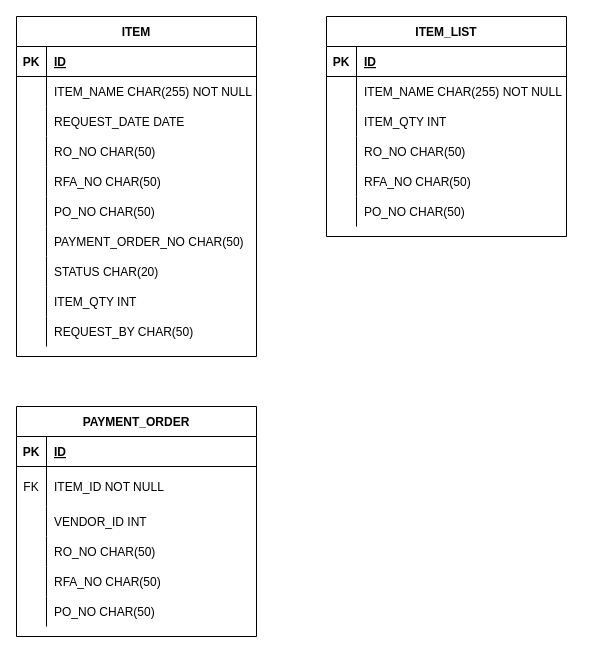
The draw.io diagram Glovis-DB-Design.drawio in johanjah/rfa-db-design, before the edit. Source tidied: cells renumbered, new cells numbered last; positions are measured from the earlier drawing's top-left corner, leaving out a move shared by most shapes. Both pictures are drawn from the tidied source at 100%, with x=0, y=0 at pixel (16, 16).
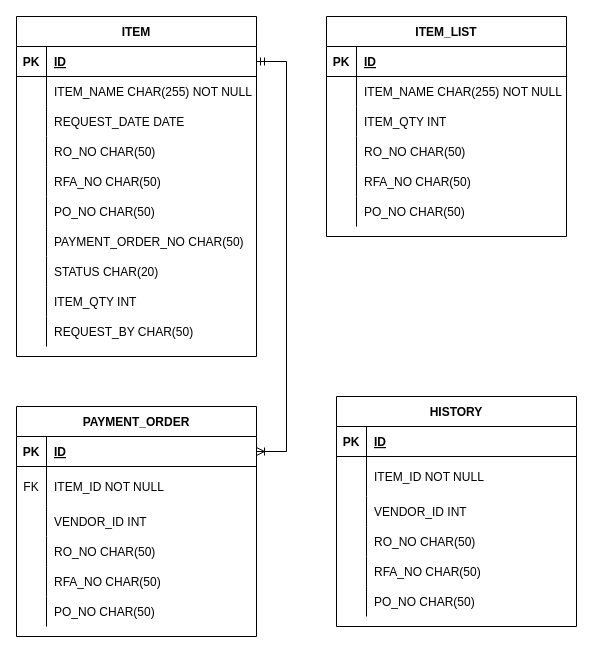
The same diagram, later.

Unchanged cells that the change refers to:
```xml
<mxCell id="3" style="shape=tableRow;horizontal=0;startSize=0;swimlaneHead=0;swimlaneBody=0;fillColor=none;points=[[0,0.5],[1,0.5]];portConstraint=eastwest;top=0;left=0;right=0;bottom=1;" parent="2" vertex="1">
  <mxGeometry y="30" width="240" height="30" as="geometry" />
</mxCell>
<mxCell id="53" style="shape=tableRow;horizontal=0;startSize=0;swimlaneHead=0;swimlaneBody=0;fillColor=none;points=[[0,0.5],[1,0.5]];portConstraint=eastwest;top=0;left=0;right=0;bottom=1;" parent="52" vertex="1">
  <mxGeometry y="30" width="240" height="30" as="geometry" />
</mxCell>
```

The edit, as a diff of the source:
```diff
@@
+    <mxCell id="71" value="HISTORY" style="shape=table;startSize=30;childLayout=tableLayout;rowLines=0;fontStyle=1;align=center;" parent="1" vertex="1">
+      <mxGeometry x="320" y="380" width="240" height="230" as="geometry" />
+    </mxCell>
+    <mxCell id="72" style="shape=tableRow;horizontal=0;startSize=0;swimlaneHead=0;swimlaneBody=0;fillColor=none;top=0;left=0;right=0;bottom=1;" parent="71" vertex="1">
+      <mxGeometry y="30" width="240" height="30" as="geometry" />
+    </mxCell>
+    <mxCell id="73" value="PK" style="shape=partialRectangle;fillColor=none;top=0;left=0;bottom=0;right=0;fontStyle=1;overflow=hidden;" parent="72" vertex="1">
+      <mxGeometry width="30" height="30" as="geometry" />
+    </mxCell>
+    <mxCell id="74" value="ID" style="shape=partialRectangle;fillColor=none;top=0;left=0;bottom=0;right=0;align=left;spacingLeft=6;fontStyle=5;overflow=hidden;" parent="72" vertex="1">
+      <mxGeometry x="30" width="210" height="30" as="geometry" />
+    </mxCell>
+    <mxCell id="75" style="shape=tableRow;horizontal=0;startSize=0;swimlaneHead=0;swimlaneBody=0;fillColor=none;top=0;left=0;right=0;bottom=0;" parent="71" vertex="1">
+      <mxGeometry y="60" width="240" height="40" as="geometry" />
+    </mxCell>
+    <mxCell id="76" style="shape=partialRectangle;fillColor=none;top=0;left=0;bottom=0;right=0;overflow=hidden;" parent="75" vertex="1">
+      <mxGeometry width="30" height="40" as="geometry" />
+    </mxCell>
+    <mxCell id="77" value="ITEM_ID NOT NULL" style="shape=partialRectangle;fillColor=none;top=0;left=0;bottom=0;right=0;align=left;spacingLeft=6;overflow=hidden;" parent="75" vertex="1">
+      <mxGeometry x="30" width="210" height="40" as="geometry" />
+    </mxCell>
+    <mxCell id="78" style="shape=tableRow;horizontal=0;startSize=0;swimlaneHead=0;swimlaneBody=0;fillColor=none;top=0;left=0;right=0;bottom=0;" parent="71" vertex="1">
+      <mxGeometry y="100" width="240" height="30" as="geometry" />
+    </mxCell>
+    <mxCell id="79" style="shape=partialRectangle;fillColor=none;top=0;left=0;bottom=0;right=0;overflow=hidden;" parent="78" vertex="1">
+      <mxGeometry width="30" height="30" as="geometry" />
+    </mxCell>
+    <mxCell id="80" value="VENDOR_ID INT" style="shape=partialRectangle;fillColor=none;top=0;left=0;bottom=0;right=0;align=left;spacingLeft=6;overflow=hidden;" parent="78" vertex="1">
+      <mxGeometry x="30" width="210" height="30" as="geometry" />
+    </mxCell>
+    <mxCell id="81" style="shape=tableRow;horizontal=0;startSize=0;swimlaneHead=0;swimlaneBody=0;fillColor=none;top=0;left=0;right=0;bottom=0;" parent="71" vertex="1">
+      <mxGeometry y="130" width="240" height="30" as="geometry" />
+    </mxCell>
+    <mxCell id="82" style="shape=partialRectangle;fillColor=none;top=0;left=0;bottom=0;right=0;overflow=hidden;" parent="81" vertex="1">
+      <mxGeometry width="30" height="30" as="geometry" />
+    </mxCell>
+    <mxCell id="83" value="RO_NO CHAR(50)" style="shape=partialRectangle;fillColor=none;top=0;left=0;bottom=0;right=0;align=left;spacingLeft=6;overflow=hidden;" parent="81" vertex="1">
+      <mxGeometry x="30" width="210" height="30" as="geometry" />
+    </mxCell>
+    <mxCell id="84" style="shape=tableRow;horizontal=0;startSize=0;swimlaneHead=0;swimlaneBody=0;fillColor=none;top=0;left=0;right=0;bottom=0;" parent="71" vertex="1">
+      <mxGeometry y="160" width="240" height="30" as="geometry" />
+    </mxCell>
+    <mxCell id="85" style="shape=partialRectangle;fillColor=none;top=0;left=0;bottom=0;right=0;overflow=hidden;" parent="84" vertex="1">
+      <mxGeometry width="30" height="30" as="geometry" />
+    </mxCell>
+    <mxCell id="86" value="RFA_NO CHAR(50)" style="shape=partialRectangle;fillColor=none;top=0;left=0;bottom=0;right=0;align=left;spacingLeft=6;overflow=hidden;" parent="84" vertex="1">
+      <mxGeometry x="30" width="210" height="30" as="geometry" />
+    </mxCell>
+    <mxCell id="87" style="shape=tableRow;horizontal=0;startSize=0;swimlaneHead=0;swimlaneBody=0;fillColor=none;top=0;left=0;right=0;bottom=0;" parent="71" vertex="1">
+      <mxGeometry y="190" width="240" height="30" as="geometry" />
+    </mxCell>
+    <mxCell id="88" style="shape=partialRectangle;fillColor=none;top=0;left=0;bottom=0;right=0;overflow=hidden;" parent="87" vertex="1">
+      <mxGeometry width="30" height="30" as="geometry" />
+    </mxCell>
+    <mxCell id="89" value="PO_NO CHAR(50)" style="shape=partialRectangle;fillColor=none;top=0;left=0;bottom=0;right=0;align=left;spacingLeft=6;overflow=hidden;" parent="87" vertex="1">
+      <mxGeometry x="30" width="210" height="30" as="geometry" />
+    </mxCell>
+    <mxCell id="90" style="edgeStyle=entityRelationEdgeStyle;fontSize=12;html=1;endArrow=ERoneToMany;startArrow=ERmandOne;rounded=0;" parent="1" edge="1" source="3" target="53">
+      <mxGeometry relative="1" as="geometry" />
+    </mxCell>
```
